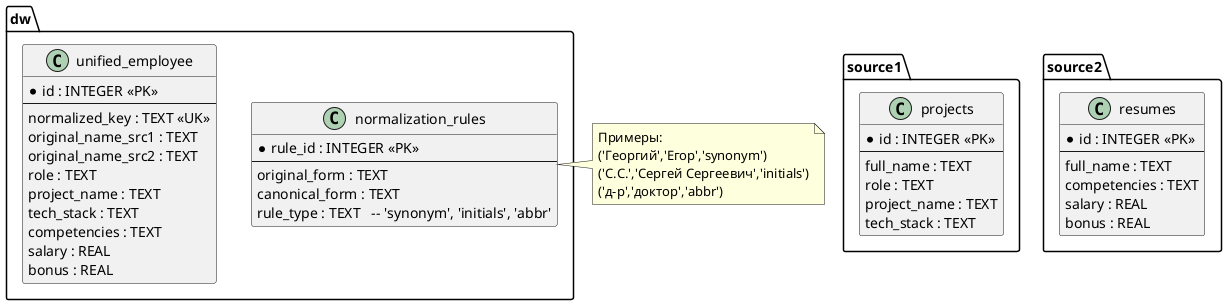
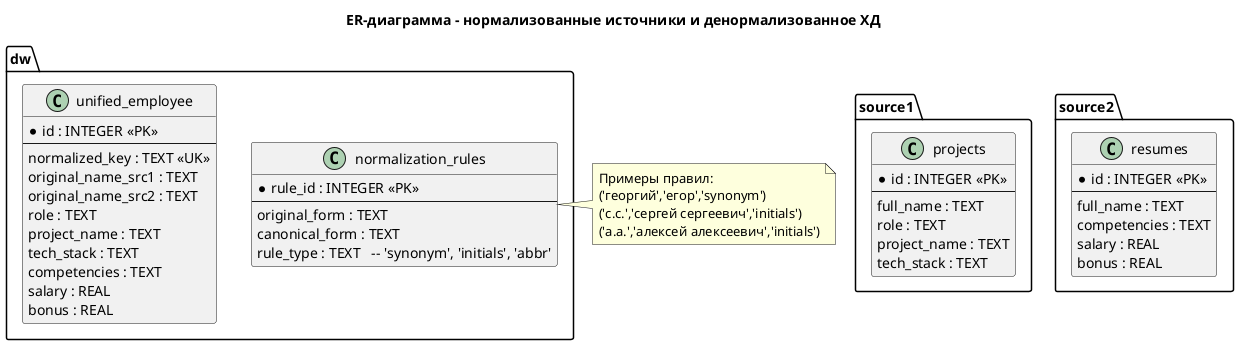
@startuml
!define table class

- ' Исходные таблицы (нормализованы для OLTP)
+ title "ER-диаграмма – нормализованные источники и денормализованное ХД"
+ 
table "source1.projects" {
    * id : INTEGER <<PK>>
    --
    full_name : TEXT
    role : TEXT
    project_name : TEXT
    tech_stack : TEXT
}

table "source2.resumes" {
    * id : INTEGER <<PK>>
    --
    full_name : TEXT
    competencies : TEXT
    salary : REAL
    bonus : REAL
}

- ' Денормализованная таблица хранилища данных (звезда)
table "dw.unified_employee" {
    * id : INTEGER <<PK>>
    --
    normalized_key : TEXT <<UK>>
    original_name_src1 : TEXT
    original_name_src2 : TEXT
    role : TEXT
    project_name : TEXT
    tech_stack : TEXT
    competencies : TEXT
    salary : REAL
    bonus : REAL
}

- ' Справочник правил нормализации (синонимы, инициалы)
table "dw.normalization_rules" {
    * rule_id : INTEGER <<PK>>
    --
    original_form : TEXT
    canonical_form : TEXT
    rule_type : TEXT   -- 'synonym', 'initials', 'abbr'
}

note right of dw.normalization_rules
-   Примеры:
-   ('Георгий','Егор','synonym')
-   ('С.С.','Сергей Сергеевич','initials')
-   ('д-р','доктор','abbr')
+   Примеры правил:
+   ('георгий','егор','synonym')
+   ('с.с.','сергей сергеевич','initials')
+   ('а.а.','алексей алексеевич','initials')
end note

@enduml
